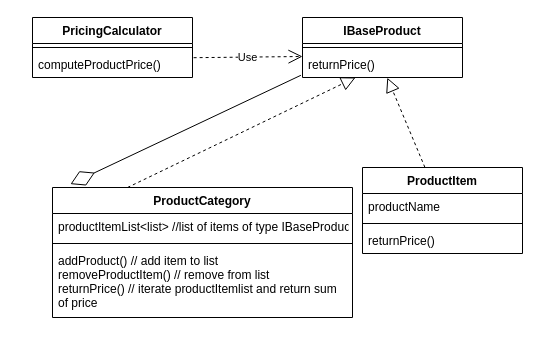
LydsLido/philips-july-dp-2022 keeps this draw.io diagram as Untitled Diagram.drawio. Above is the earlier version. Source tidied: cells renumbered, new cells numbered last; positions are measured from the earlier drawing's top-left corner, leaving out a move shared by most shapes. Both pictures are drawn from the tidied source at 100%, with x=0, y=0 at pixel (32, 17).
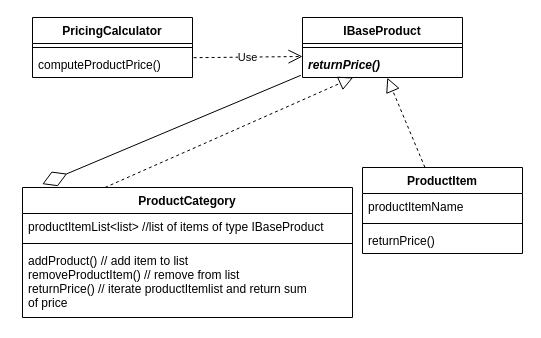
The same page after the edit.

Commit message:
Product Price Calculator

Unchanged cells that the change refers to:
```xml
<mxCell id="2" value="IBaseProduct" style="swimlane;fontStyle=1;align=center;verticalAlign=top;horizontal=1;startSize=26;" parent="1" vertex="1">
  <mxGeometry x="270" width="160" height="60" as="geometry" />
</mxCell>
<mxCell id="5" value="ProductItem" style="swimlane;fontStyle=1;align=center;verticalAlign=top;horizontal=1;startSize=26;" parent="1" vertex="1">
  <mxGeometry x="330" y="150" width="160" height="86" as="geometry" />
</mxCell>
```

The edit, as a diff of the source:
```diff
@@
-    <mxCell id="4" value="returnPrice()" style="text;strokeColor=none;fillColor=none;align=left;verticalAlign=top;spacingLeft=4;spacingRight=4;overflow=hidden;points=[[0,0.5],[1,0.5]];portConstraint=eastwest;" parent="2" vertex="1">
+    <mxCell id="4" value="returnPrice()" style="text;strokeColor=none;fillColor=none;align=left;verticalAlign=top;spacingLeft=4;spacingRight=4;overflow=hidden;points=[[0,0.5],[1,0.5]];portConstraint=eastwest;fontStyle=3;" parent="2" vertex="1">
       <mxGeometry y="34" width="160" height="26" as="geometry" />
     </mxCell>
@@
-    <mxCell id="6" value="productName" style="text;strokeColor=none;fillColor=none;align=left;verticalAlign=top;spacingLeft=4;spacingRight=4;overflow=hidden;" parent="5" vertex="1">
+    <mxCell id="6" value="productItemName" style="text;strokeColor=none;fillColor=none;align=left;verticalAlign=top;spacingLeft=4;spacingRight=4;overflow=hidden;" parent="5" vertex="1">
       <mxGeometry y="26" width="160" height="26" as="geometry" />
     </mxCell>
@@
     <mxCell id="9" value="ProductCategory" style="swimlane;fontStyle=1;align=center;verticalAlign=top;horizontal=1;startSize=26;" parent="1" vertex="1">
-      <mxGeometry x="20" y="170" width="300" height="130" as="geometry" />
+      <mxGeometry x="-10" y="170" width="330" height="130" as="geometry" />
     </mxCell>
     <mxCell id="10" value="productItemList&lt;list&gt; //list of items of type IBaseProduct" style="text;strokeColor=none;fillColor=none;align=left;verticalAlign=top;spacingLeft=4;spacingRight=4;overflow=hidden;" parent="9" vertex="1">
-      <mxGeometry y="26" width="300" height="26" as="geometry" />
+      <mxGeometry y="26" width="330" height="26" as="geometry" />
     </mxCell>
     <mxCell id="11" style="line;strokeWidth=1;fillColor=none;align=left;verticalAlign=middle;spacingTop=-1;spacingLeft=3;spacingRight=3;labelPosition=right;" parent="9" vertex="1">
-      <mxGeometry y="52" width="300" height="8" as="geometry" />
+      <mxGeometry y="52" width="330" height="8" as="geometry" />
     </mxCell>
     <mxCell id="12" value="addProduct() // add item to list&#10;removeProductItem() // remove from list&#10;returnPrice() // iterate productItemlist and return sum &#10;of price&#10;" style="text;strokeColor=none;fillColor=none;align=left;verticalAlign=top;spacingLeft=4;spacingRight=4;overflow=hidden;" parent="9" vertex="1">
-      <mxGeometry y="60" width="300" height="70" as="geometry" />
+      <mxGeometry y="60" width="330" height="70" as="geometry" />
     </mxCell>
```
